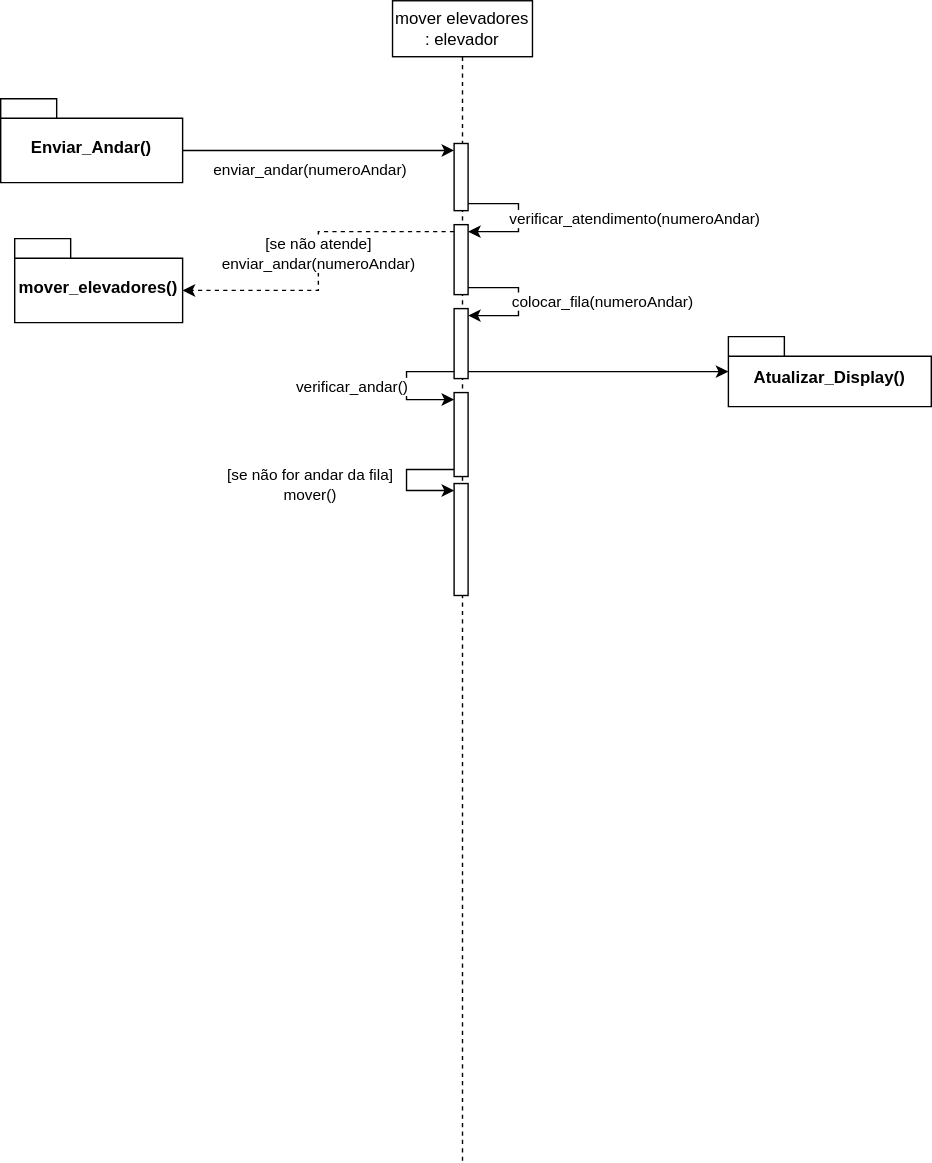
Earlier version of the draw.io export Diagrama-Sequencia/mover_elevadores.svg (wholocked1/Projeto-2-modelagem). Source tidied: cells renumbered, new cells last; positions are measured from the earlier drawing's top-left corner, leaving out a move shared by most shapes.
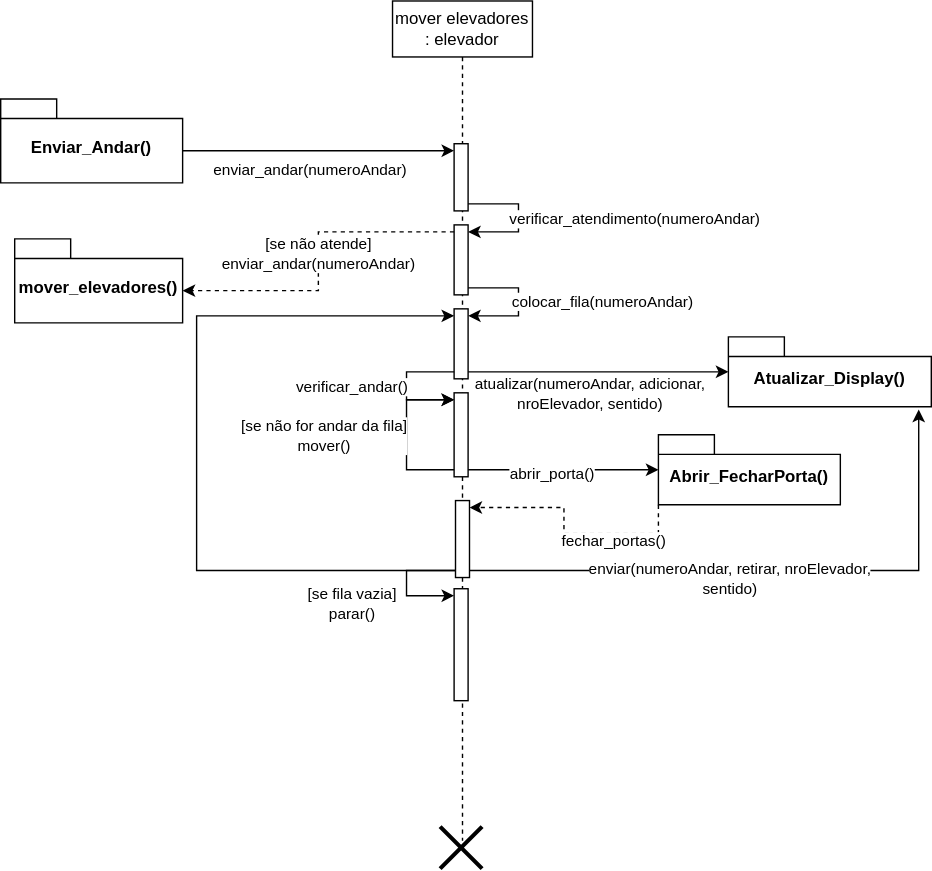
The same diagram one commit later.

What changed in the source:
```diff
@@ -6,7 +6,7 @@
       <mxGeometry y="70" width="130" height="60" as="geometry" />
     </mxCell>
     <mxCell id="3" value="mover elevadores : elevador" style="shape=umlLifeline;perimeter=lifelinePerimeter;whiteSpace=wrap;html=1;newEdgeStyle={&quot;curved&quot;:0,&quot;rounded&quot;:0};" parent="1" vertex="1">
-      <mxGeometry x="280" width="100" height="830" as="geometry" />
+      <mxGeometry x="280" width="100" height="600" as="geometry" />
     </mxCell>
     <mxCell id="4" style="html=1;points=[[0,0,0,0,5],[0,1,0,0,-5],[1,0,0,0,5],[1,1,0,0,-5]];perimeter=orthogonalPerimeter;outlineConnect=0;targetShapes=umlLifeline;portConstraint=eastwest;newEdgeStyle={&quot;curved&quot;:0,&quot;rounded&quot;:0};" parent="3" vertex="1">
       <mxGeometry x="44" y="102" width="10" height="48" as="geometry" />
@@ -60,21 +60,45 @@
       </mxGeometry>
     </mxCell>
     <mxCell id="14" style="html=1;points=[[0,0,0,0,5],[0,1,0,0,-5],[1,0,0,0,5],[1,1,0,0,-5]];perimeter=orthogonalPerimeter;outlineConnect=0;targetShapes=umlLifeline;portConstraint=eastwest;newEdgeStyle={&quot;curved&quot;:0,&quot;rounded&quot;:0};" parent="3" vertex="1">
-      <mxGeometry x="44" y="345" width="10" height="80" as="geometry" />
+      <mxGeometry x="45" y="357" width="10" height="55" as="geometry" />
     </mxCell>
-    <mxCell id="15" style="edgeStyle=orthogonalEdgeStyle;rounded=0;jettySize=auto;html=1;curved=0;exitX=0;exitY=1;exitDx=0;exitDy=-5;exitPerimeter=0;entryX=0;entryY=0;entryDx=0;entryDy=5;entryPerimeter=0;" parent="3" edge="1" source="11" target="14">
+    <mxCell id="15" style="edgeStyle=orthogonalEdgeStyle;rounded=0;orthogonalLoop=1;jettySize=auto;html=1;curved=0;exitX=0;exitY=1;exitDx=0;exitDy=-5;exitPerimeter=0;entryX=0;entryY=0;entryDx=0;entryDy=5;entryPerimeter=0;" parent="3" edge="1" source="11" target="11">
       <mxGeometry relative="1" as="geometry">
         <Array as="points">
           <mxPoint x="10" y="335" />
-          <mxPoint x="10" y="350" />
+          <mxPoint x="10" y="285" />
         </Array>
       </mxGeometry>
     </mxCell>
     <mxCell id="16" value="[se não for andar da fila]&lt;div&gt;mover()&lt;/div&gt;" style="edgeLabel;html=1;align=center;verticalAlign=middle;" parent="15" vertex="1">
       <mxGeometry x="-0.01" y="1" relative="1" as="geometry">
-        <mxPoint x="-71" y="3" as="offset" />
+        <mxPoint x="-59" y="-1" as="offset" />
       </mxGeometry>
     </mxCell>
+    <mxCell id="24" style="html=1;points=[[0,0,0,0,5],[0,1,0,0,-5],[1,0,0,0,5],[1,1,0,0,-5]];perimeter=orthogonalPerimeter;outlineConnect=0;targetShapes=umlLifeline;portConstraint=eastwest;newEdgeStyle={&quot;curved&quot;:0,&quot;rounded&quot;:0};" parent="3" vertex="1">
+      <mxGeometry x="44" y="420" width="10" height="80" as="geometry" />
+    </mxCell>
+    <mxCell id="25" style="edgeStyle=orthogonalEdgeStyle;rounded=0;jettySize=auto;html=1;curved=0;exitX=0;exitY=1;exitDx=0;exitDy=-5;exitPerimeter=0;entryX=0;entryY=0;entryDx=0;entryDy=5;entryPerimeter=0;" parent="3" edge="1" source="14" target="24">
+      <mxGeometry relative="1" as="geometry">
+        <Array as="points">
+          <mxPoint x="10" y="407" />
+          <mxPoint x="10" y="425" />
+        </Array>
+      </mxGeometry>
+    </mxCell>
+    <mxCell id="26" value="[se fila vazia]&lt;div&gt;parar()&lt;/div&gt;" style="edgeLabel;html=1;align=center;verticalAlign=middle;" parent="25" vertex="1">
+      <mxGeometry x="-0.01" relative="1" as="geometry">
+        <mxPoint x="-40" y="15" as="offset" />
+      </mxGeometry>
+    </mxCell>
+    <mxCell id="27" style="edgeStyle=orthogonalEdgeStyle;rounded=0;jettySize=auto;html=1;curved=0;exitX=0;exitY=1;exitDx=0;exitDy=-5;exitPerimeter=0;entryX=0;entryY=0;entryDx=0;entryDy=5;entryPerimeter=0;" parent="3" edge="1" source="14" target="8">
+      <mxGeometry relative="1" as="geometry">
+        <Array as="points">
+          <mxPoint x="-140" y="407" />
+          <mxPoint x="-140" y="225" />
+        </Array>
+      </mxGeometry>
+    </mxCell>
     <mxCell id="17" style="edgeStyle=orthogonalEdgeStyle;rounded=0;jettySize=auto;html=1;exitX=0;exitY=0;exitDx=130;exitDy=37;exitPerimeter=0;entryX=0;entryY=0;entryDx=0;entryDy=5;entryPerimeter=0;" parent="1" edge="1" source="2" target="4">
       <mxGeometry relative="1" as="geometry" />
     </mxCell>
@@ -100,5 +124,38 @@
     <mxCell id="23" style="edgeStyle=orthogonalEdgeStyle;rounded=0;jettySize=auto;html=1;curved=0;exitX=1;exitY=1;exitDx=0;exitDy=-5;exitPerimeter=0;" parent="1" edge="1" source="8" target="22">
       <mxGeometry relative="1" as="geometry" />
     </mxCell>
+    <mxCell id="28" value="atualizar(numeroAndar, adicionar,&lt;div&gt;nroElevador, sentido)&lt;/div&gt;" style="edgeLabel;html=1;align=center;verticalAlign=middle;" parent="23" vertex="1">
+      <mxGeometry x="-0.16" y="1" relative="1" as="geometry">
+        <mxPoint x="8" y="16" as="offset" />
+      </mxGeometry>
+    </mxCell>
+    <mxCell id="29" style="edgeStyle=orthogonalEdgeStyle;rounded=0;jettySize=auto;html=1;exitX=0;exitY=0;exitDx=0;exitDy=50;exitPerimeter=0;entryX=1;entryY=0;entryDx=0;entryDy=5;entryPerimeter=0;dashed=1;" parent="1" edge="1" source="31" target="14">
+      <mxGeometry relative="1" as="geometry" />
+    </mxCell>
+    <mxCell id="30" value="fechar_portas()" style="edgeLabel;html=1;align=center;verticalAlign=middle;" parent="29" vertex="1">
+      <mxGeometry x="-0.39" y="1" relative="1" as="geometry">
+        <mxPoint y="4" as="offset" />
+      </mxGeometry>
+    </mxCell>
+    <mxCell id="31" value="Abrir_FecharPorta()" style="shape=folder;fontStyle=1;spacingTop=10;tabWidth=40;tabHeight=14;tabPosition=left;html=1;whiteSpace=wrap;" parent="1" vertex="1">
+      <mxGeometry x="470" y="310" width="130" height="50" as="geometry" />
+    </mxCell>
+    <mxCell id="32" style="edgeStyle=orthogonalEdgeStyle;rounded=0;jettySize=auto;html=1;curved=0;exitX=1;exitY=1;exitDx=0;exitDy=-5;exitPerimeter=0;" parent="1" edge="1" source="11" target="31">
+      <mxGeometry relative="1" as="geometry" />
+    </mxCell>
+    <mxCell id="33" value="abrir_porta()" style="edgeLabel;html=1;align=center;verticalAlign=middle;" parent="32" vertex="1">
+      <mxGeometry x="-0.13" y="-2" relative="1" as="geometry" />
+    </mxCell>
+    <mxCell id="34" style="edgeStyle=orthogonalEdgeStyle;rounded=0;jettySize=auto;html=1;curved=0;exitX=1;exitY=1;exitDx=0;exitDy=-5;exitPerimeter=0;entryX=0.938;entryY=1.04;entryDx=0;entryDy=0;entryPerimeter=0;" parent="1" edge="1" source="14" target="22">
+      <mxGeometry relative="1" as="geometry" />
+    </mxCell>
+    <mxCell id="35" value="enviar(numeroAndar, retirar, nroElevador,&lt;div&gt;sentido)&lt;/div&gt;" style="edgeLabel;html=1;align=center;verticalAlign=middle;" parent="34" vertex="1">
+      <mxGeometry x="-0.15" y="2" relative="1" as="geometry">
+        <mxPoint x="-1" y="7" as="offset" />
+      </mxGeometry>
+    </mxCell>
+    <mxCell id="36" style="shape=umlDestroy;whiteSpace=wrap;html=1;strokeWidth=3;targetShapes=umlLifeline;" parent="1" vertex="1">
+      <mxGeometry x="314" y="590" width="30" height="30" as="geometry" />
+    </mxCell>
   </root>
 </mxGraphModel>
```
